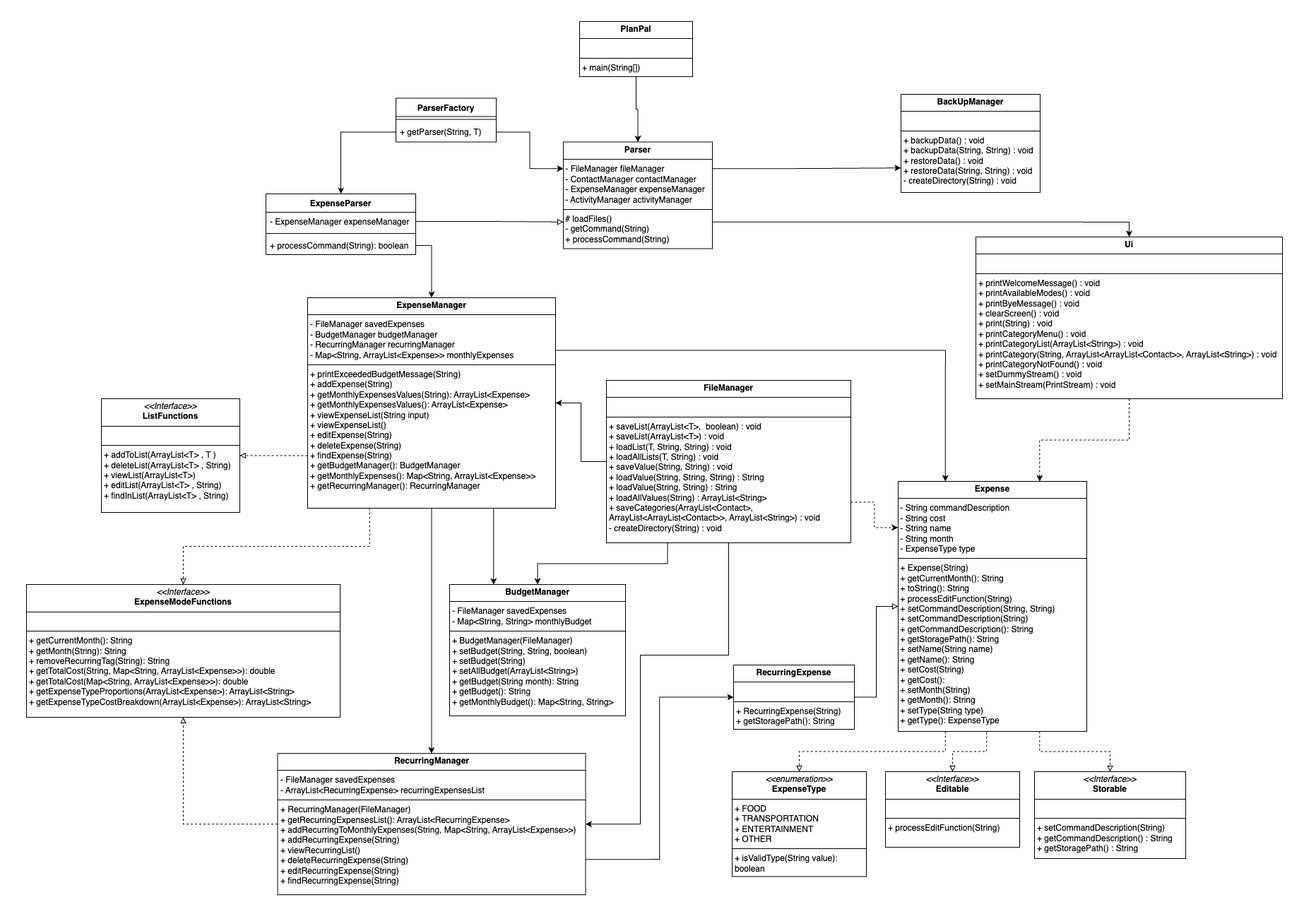
parasytezz/tp keeps this draw.io diagram as docs/Images(DG)/ExpenseClassDiagram.png. Above is the earlier version. Source tidied: cells renumbered, new cells last; positions are measured from the earlier drawing's top-left corner, leaving out a move shared by most shapes.
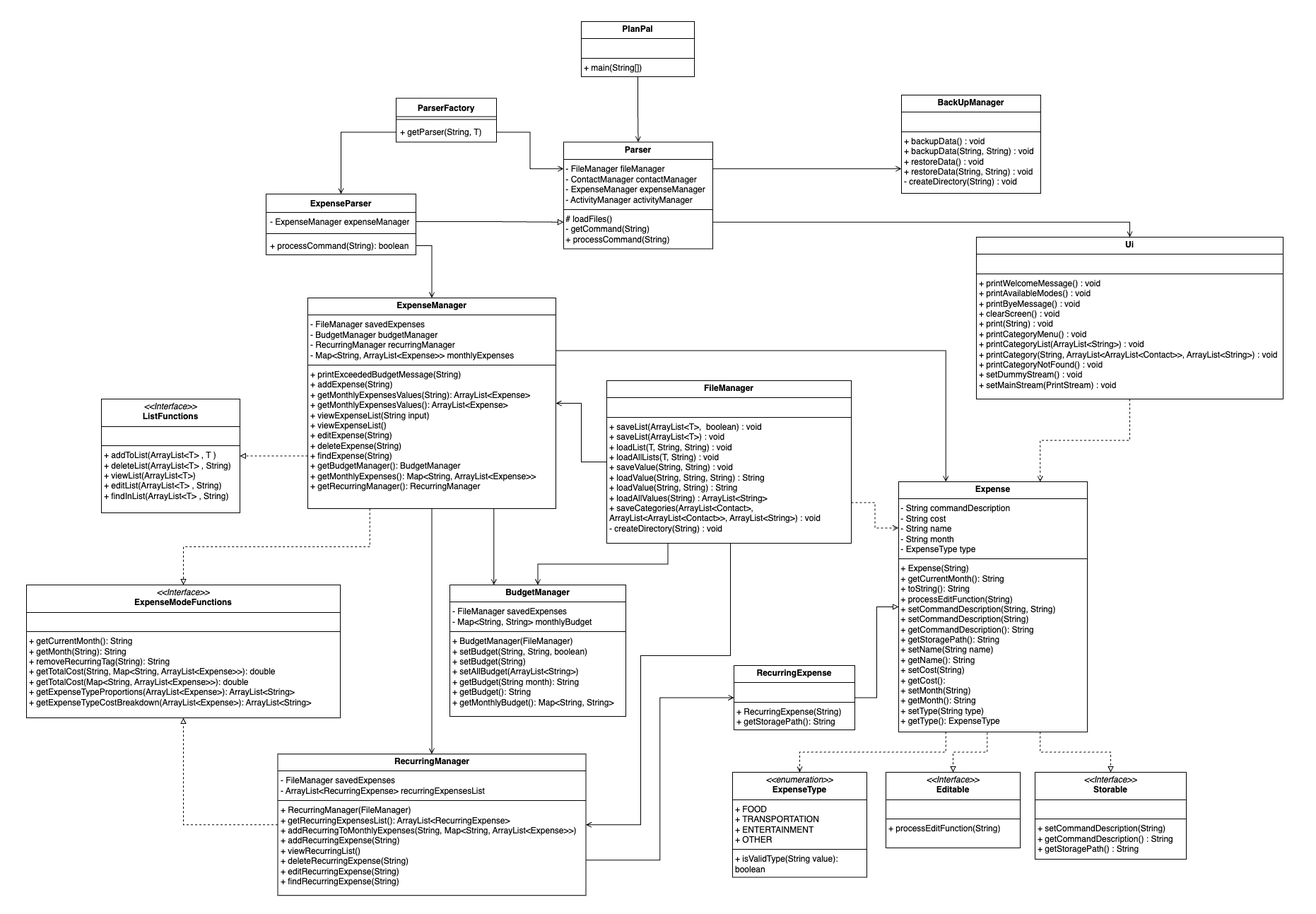
The same file after the commit.

Commit message:
Edit class diagrams

The edit, as a diff of the source:
```diff
@@ -39,21 +39,22 @@
       <mxGeometry x="1381" y="335" width="434" height="229" as="geometry" />
     </mxCell>
     <mxCell id="14" value="&lt;p style=&quot;margin:0px;margin-top:4px;text-align:center;&quot;&gt;&lt;b&gt;BackUpManager&lt;/b&gt;&lt;/p&gt;&lt;hr size=&quot;1&quot; style=&quot;border-style:solid;&quot;&gt;&lt;p style=&quot;margin:0px;margin-left:4px;&quot;&gt;&lt;br&gt;&lt;/p&gt;&lt;hr size=&quot;1&quot; style=&quot;border-style:solid;&quot;&gt;&lt;p style=&quot;margin:0px;margin-left:4px;&quot;&gt;+ backupData() : void&lt;/p&gt;&lt;p style=&quot;margin:0px;margin-left:4px;&quot;&gt;+ backupData(String, String) : void&lt;/p&gt;&lt;p style=&quot;margin:0px;margin-left:4px;&quot;&gt;+ restoreData() : void&lt;/p&gt;&lt;p style=&quot;margin:0px;margin-left:4px;&quot;&gt;+ restoreData(String, String) : void&lt;/p&gt;&lt;p style=&quot;margin:0px;margin-left:4px;&quot;&gt;- createDirectory(String) : void&lt;/p&gt;" style="verticalAlign=top;align=left;overflow=fill;html=1;whiteSpace=wrap;" parent="1" vertex="1">
-      <mxGeometry x="1275" y="133" width="197" height="139" as="geometry" />
+      <mxGeometry x="1275" y="134" width="197" height="139" as="geometry" />
     </mxCell>
-    <mxCell id="15" style="edgeStyle=orthogonalEdgeStyle;rounded=0;jettySize=auto;html=1;exitX=1;exitY=0.75;exitDx=0;exitDy=0;entryX=-0.001;entryY=0.185;entryDx=0;entryDy=0;dashed=1;entryPerimeter=0;" parent="1" edge="1" source="19" target="39">
+    <mxCell id="15" style="edgeStyle=orthogonalEdgeStyle;rounded=0;jettySize=auto;html=1;exitX=1;exitY=0.75;exitDx=0;exitDy=0;entryX=-0.001;entryY=0.185;entryDx=0;entryDy=0;dashed=1;entryPerimeter=0;endArrow=open;endFill=0;" parent="1" edge="1" source="19" target="39">
       <mxGeometry relative="1" as="geometry" />
     </mxCell>
-    <mxCell id="16" style="edgeStyle=orthogonalEdgeStyle;rounded=0;jettySize=auto;html=1;exitX=0;exitY=0.5;exitDx=0;exitDy=0;entryX=1;entryY=0.5;entryDx=0;entryDy=0;" parent="1" edge="1" source="19" target="34">
+    <mxCell id="16" style="edgeStyle=orthogonalEdgeStyle;rounded=0;jettySize=auto;html=1;exitX=0;exitY=0.5;exitDx=0;exitDy=0;entryX=1;entryY=0.5;entryDx=0;entryDy=0;endArrow=open;endFill=0;" parent="1" edge="1" source="19" target="34">
       <mxGeometry relative="1" as="geometry" />
     </mxCell>
-    <mxCell id="17" style="edgeStyle=orthogonalEdgeStyle;rounded=0;jettySize=auto;html=1;exitX=0.25;exitY=1;exitDx=0;exitDy=0;entryX=0.5;entryY=0;entryDx=0;entryDy=0;" parent="1" edge="1" source="19" target="42">
+    <mxCell id="17" style="edgeStyle=orthogonalEdgeStyle;rounded=0;jettySize=auto;html=1;exitX=0.25;exitY=1;exitDx=0;exitDy=0;entryX=0.5;entryY=0;entryDx=0;entryDy=0;endArrow=open;endFill=0;" parent="1" edge="1" source="19" target="42">
       <mxGeometry relative="1" as="geometry" />
     </mxCell>
-    <mxCell id="18" style="edgeStyle=orthogonalEdgeStyle;rounded=0;jettySize=auto;html=1;exitX=0.5;exitY=1;exitDx=0;exitDy=0;entryX=1;entryY=0.5;entryDx=0;entryDy=0;" parent="1" edge="1" source="19" target="41">
+    <mxCell id="18" style="edgeStyle=orthogonalEdgeStyle;rounded=0;jettySize=auto;html=1;exitX=0.5;exitY=1;exitDx=0;exitDy=0;entryX=1;entryY=0.5;entryDx=0;entryDy=0;endArrow=open;endFill=0;" parent="1" edge="1" source="19" target="41">
       <mxGeometry relative="1" as="geometry">
         <Array as="points">
-          <mxPoint x="1031" y="927" />
+          <mxPoint x="1033" y="768" />
+          <mxPoint x="1033" y="927" />
           <mxPoint x="906" y="927" />
           <mxPoint x="906" y="1166" />
         </Array>
@@ -62,28 +63,28 @@
     <mxCell id="19" value="&lt;p style=&quot;margin:0px;margin-top:4px;text-align:center;&quot;&gt;&lt;b&gt;FileManager&lt;/b&gt;&lt;/p&gt;&lt;hr size=&quot;1&quot; style=&quot;border-style:solid;&quot;&gt;&lt;p style=&quot;margin:0px;margin-left:4px;&quot;&gt;&lt;br&gt;&lt;/p&gt;&lt;hr size=&quot;1&quot; style=&quot;border-style:solid;&quot;&gt;&lt;p style=&quot;margin:0px;margin-left:4px;&quot;&gt;+ saveList(ArrayList&amp;lt;T&amp;gt;,&amp;nbsp; boolean) : void&lt;/p&gt;&lt;p style=&quot;margin:0px;margin-left:4px;&quot;&gt;+ saveList(ArrayList&amp;lt;T&amp;gt;) : void&lt;/p&gt;&lt;p style=&quot;margin:0px;margin-left:4px;&quot;&gt;+ loadList(T, String, String) : void&lt;/p&gt;&lt;p style=&quot;margin:0px;margin-left:4px;&quot;&gt;+ loadAllLists(T, String) : void&lt;/p&gt;&lt;p style=&quot;margin:0px;margin-left:4px;&quot;&gt;+ saveValue(String, String) : void&lt;/p&gt;&lt;p style=&quot;margin:0px;margin-left:4px;&quot;&gt;+ loadValue(String, String, String) : String&lt;/p&gt;&lt;p style=&quot;margin:0px;margin-left:4px;&quot;&gt;+ loadValue(String, String) : String&lt;/p&gt;&lt;p style=&quot;margin:0px;margin-left:4px;&quot;&gt;+ loadAllValues(String) : ArrayList&amp;lt;String&amp;gt;&lt;/p&gt;&lt;p style=&quot;margin:0px;margin-left:4px;&quot;&gt;+ saveCategories(ArrayList&amp;lt;Contact&amp;gt;, ArrayList&amp;lt;ArrayList&amp;lt;Contact&amp;gt;&amp;gt;, ArrayList&amp;lt;String&amp;gt;) : void&lt;/p&gt;&lt;p style=&quot;margin:0px;margin-left:4px;&quot;&gt;- createDirectory(String) : void&lt;/p&gt;" style="verticalAlign=top;align=left;overflow=fill;html=1;whiteSpace=wrap;" parent="1" vertex="1">
       <mxGeometry x="858" y="538" width="346" height="230" as="geometry" />
     </mxCell>
-    <mxCell id="20" style="edgeStyle=orthogonalEdgeStyle;rounded=0;jettySize=auto;html=1;exitX=0.5;exitY=1;exitDx=0;exitDy=0;entryX=0.5;entryY=0;entryDx=0;entryDy=0;" parent="1" edge="1" source="21" target="28">
+    <mxCell id="20" style="edgeStyle=orthogonalEdgeStyle;rounded=0;jettySize=auto;html=1;exitX=0.5;exitY=1;exitDx=0;exitDy=0;entryX=0.5;entryY=0;entryDx=0;entryDy=0;endArrow=open;endFill=0;" parent="1" edge="1" source="21" target="28">
       <mxGeometry relative="1" as="geometry" />
     </mxCell>
     <mxCell id="21" value="&lt;p style=&quot;margin:0px;margin-top:4px;text-align:center;&quot;&gt;&lt;b&gt;PlanPal&lt;/b&gt;&lt;/p&gt;&lt;hr size=&quot;1&quot; style=&quot;border-style:solid;&quot;&gt;&lt;p style=&quot;margin:0px;margin-left:4px;&quot;&gt;&lt;br&gt;&lt;/p&gt;&lt;hr size=&quot;1&quot; style=&quot;border-style:solid;&quot;&gt;&lt;p style=&quot;margin:0px;margin-left:4px;&quot;&gt;+ main(String[])&lt;/p&gt;" style="verticalAlign=top;align=left;overflow=fill;html=1;whiteSpace=wrap;" parent="1" vertex="1">
-      <mxGeometry x="820" y="30" width="160" height="78" as="geometry" />
+      <mxGeometry x="822" y="30" width="160" height="78" as="geometry" />
     </mxCell>
-    <mxCell id="22" style="edgeStyle=orthogonalEdgeStyle;rounded=0;jettySize=auto;html=1;exitX=1;exitY=0.25;exitDx=0;exitDy=0;entryX=0;entryY=0.75;entryDx=0;entryDy=0;" parent="1" edge="1" source="28" target="14">
+    <mxCell id="22" style="edgeStyle=orthogonalEdgeStyle;rounded=0;jettySize=auto;html=1;exitX=1;exitY=0.25;exitDx=0;exitDy=0;entryX=0;entryY=0.75;entryDx=0;entryDy=0;endArrow=open;endFill=0;" parent="1" edge="1" source="28" target="14">
       <mxGeometry relative="1" as="geometry" />
     </mxCell>
-    <mxCell id="23" style="edgeStyle=orthogonalEdgeStyle;rounded=0;jettySize=auto;html=1;exitX=1;exitY=0.5;exitDx=0;exitDy=0;entryX=0;entryY=0.25;entryDx=0;entryDy=0;" parent="1" edge="1" source="9" target="28">
+    <mxCell id="23" style="edgeStyle=orthogonalEdgeStyle;rounded=0;jettySize=auto;html=1;exitX=1;exitY=0.5;exitDx=0;exitDy=0;entryX=0;entryY=0.25;entryDx=0;entryDy=0;endArrow=open;endFill=0;" parent="1" edge="1" source="9" target="28">
       <mxGeometry relative="1" as="geometry" />
     </mxCell>
-    <mxCell id="24" style="edgeStyle=orthogonalEdgeStyle;rounded=0;jettySize=auto;html=1;exitX=0;exitY=0.5;exitDx=0;exitDy=0;" parent="1" edge="1" source="9" target="3">
+    <mxCell id="24" style="edgeStyle=orthogonalEdgeStyle;rounded=0;jettySize=auto;html=1;exitX=0;exitY=0.5;exitDx=0;exitDy=0;endArrow=open;endFill=0;" parent="1" edge="1" source="9" target="3">
       <mxGeometry relative="1" as="geometry" />
     </mxCell>
     <mxCell id="25" style="edgeStyle=orthogonalEdgeStyle;rounded=0;jettySize=auto;html=1;exitX=1;exitY=0.5;exitDx=0;exitDy=0;entryX=0;entryY=0.75;entryDx=0;entryDy=0;endArrow=block;endFill=0;" parent="1" edge="1" source="4" target="28">
       <mxGeometry relative="1" as="geometry" />
     </mxCell>
-    <mxCell id="26" style="edgeStyle=orthogonalEdgeStyle;rounded=0;jettySize=auto;html=1;exitX=1;exitY=0.5;exitDx=0;exitDy=0;entryX=0.5;entryY=0;entryDx=0;entryDy=0;" parent="1" edge="1" source="6" target="34">
+    <mxCell id="26" style="edgeStyle=orthogonalEdgeStyle;rounded=0;jettySize=auto;html=1;exitX=1;exitY=0.5;exitDx=0;exitDy=0;entryX=0.5;entryY=0;entryDx=0;entryDy=0;endArrow=open;endFill=0;" parent="1" edge="1" source="6" target="34">
       <mxGeometry relative="1" as="geometry" />
     </mxCell>
-    <mxCell id="27" style="edgeStyle=orthogonalEdgeStyle;rounded=0;jettySize=auto;html=1;exitX=1;exitY=0.75;exitDx=0;exitDy=0;entryX=0.5;entryY=0;entryDx=0;entryDy=0;" parent="1" edge="1" source="28" target="13">
+    <mxCell id="27" style="edgeStyle=orthogonalEdgeStyle;rounded=0;jettySize=auto;html=1;exitX=1;exitY=0.75;exitDx=0;exitDy=0;entryX=0.5;entryY=0;entryDx=0;entryDy=0;endArrow=open;endFill=0;" parent="1" edge="1" source="28" target="13">
       <mxGeometry relative="1" as="geometry" />
     </mxCell>
     <mxCell id="28" value="&lt;p style=&quot;margin:0px;margin-top:4px;text-align:center;&quot;&gt;&lt;b&gt;Parser&lt;/b&gt;&lt;/p&gt;&lt;hr size=&quot;1&quot; style=&quot;border-style:solid;&quot;&gt;&lt;div&gt;&amp;nbsp;- FileManager fileManager&lt;/div&gt;&lt;div&gt;&amp;nbsp;- ContactManager contactManager&lt;/div&gt;&lt;div&gt;&amp;nbsp;- ExpenseManager expenseManager&lt;/div&gt;&lt;div&gt;&amp;nbsp;- ActivityManager activityManager&lt;/div&gt;&lt;hr size=&quot;1&quot; style=&quot;border-style:solid;&quot;&gt;&lt;div&gt;&amp;nbsp;# loadFiles()&lt;/div&gt;&lt;div&gt;&lt;span style=&quot;background-color: initial;&quot;&gt;&amp;nbsp;- getCommand(String)&lt;/span&gt;&lt;/div&gt;&lt;div&gt;&lt;span style=&quot;background-color: initial;&quot;&gt;&amp;nbsp;+ processCommand(String)&lt;/span&gt;&lt;/div&gt;" style="verticalAlign=top;align=left;overflow=fill;html=1;whiteSpace=wrap;" parent="1" vertex="1">
@@ -92,13 +93,13 @@
     <mxCell id="29" style="edgeStyle=orthogonalEdgeStyle;rounded=0;jettySize=auto;html=1;exitX=0;exitY=0.75;exitDx=0;exitDy=0;dashed=1;endArrow=block;endFill=0;" parent="1" edge="1" source="34" target="10">
       <mxGeometry relative="1" as="geometry" />
     </mxCell>
-    <mxCell id="30" style="edgeStyle=orthogonalEdgeStyle;rounded=0;jettySize=auto;html=1;exitX=1;exitY=0.25;exitDx=0;exitDy=0;entryX=0.25;entryY=0;entryDx=0;entryDy=0;" parent="1" edge="1" source="34" target="39">
+    <mxCell id="30" style="edgeStyle=orthogonalEdgeStyle;rounded=0;jettySize=auto;html=1;exitX=1;exitY=0.25;exitDx=0;exitDy=0;entryX=0.25;entryY=0;entryDx=0;entryDy=0;endArrow=open;endFill=0;" parent="1" edge="1" source="34" target="39">
       <mxGeometry relative="1" as="geometry" />
     </mxCell>
-    <mxCell id="31" style="edgeStyle=orthogonalEdgeStyle;rounded=0;jettySize=auto;html=1;exitX=0.5;exitY=1;exitDx=0;exitDy=0;" parent="1" edge="1" source="34" target="41">
+    <mxCell id="31" style="edgeStyle=orthogonalEdgeStyle;rounded=0;jettySize=auto;html=1;exitX=0.5;exitY=1;exitDx=0;exitDy=0;endArrow=open;endFill=0;" parent="1" edge="1" source="34" target="41">
       <mxGeometry relative="1" as="geometry" />
     </mxCell>
-    <mxCell id="32" style="edgeStyle=orthogonalEdgeStyle;rounded=0;jettySize=auto;html=1;exitX=0.75;exitY=1;exitDx=0;exitDy=0;entryX=0.25;entryY=0;entryDx=0;entryDy=0;" parent="1" edge="1" source="34" target="42">
+    <mxCell id="32" style="edgeStyle=orthogonalEdgeStyle;rounded=0;jettySize=auto;html=1;exitX=0.75;exitY=1;exitDx=0;exitDy=0;entryX=0.25;entryY=0;entryDx=0;entryDy=0;endArrow=open;endFill=0;" parent="1" edge="1" source="34" target="42">
       <mxGeometry relative="1" as="geometry" />
     </mxCell>
     <mxCell id="33" style="edgeStyle=orthogonalEdgeStyle;rounded=0;jettySize=auto;html=1;exitX=0.25;exitY=1;exitDx=0;exitDy=0;dashed=1;endArrow=block;endFill=0;" parent="1" edge="1" source="34" target="46">
@@ -113,10 +114,10 @@
     <mxCell id="36" style="edgeStyle=orthogonalEdgeStyle;rounded=0;jettySize=auto;html=1;exitX=0.75;exitY=1;exitDx=0;exitDy=0;entryX=0.5;entryY=0;entryDx=0;entryDy=0;endArrow=block;endFill=0;dashed=1;" parent="1" edge="1" source="39" target="11">
       <mxGeometry relative="1" as="geometry" />
     </mxCell>
-    <mxCell id="37" style="edgeStyle=orthogonalEdgeStyle;rounded=0;jettySize=auto;html=1;exitX=0.5;exitY=1;exitDx=0;exitDy=0;entryX=0.75;entryY=0;entryDx=0;entryDy=0;dashed=1;" parent="1" edge="1" source="13" target="39">
+    <mxCell id="37" style="edgeStyle=orthogonalEdgeStyle;rounded=0;jettySize=auto;html=1;exitX=0.5;exitY=1;exitDx=0;exitDy=0;entryX=0.75;entryY=0;entryDx=0;entryDy=0;dashed=1;endArrow=open;endFill=0;" parent="1" edge="1" source="13" target="39">
       <mxGeometry relative="1" as="geometry" />
     </mxCell>
-    <mxCell id="38" style="edgeStyle=orthogonalEdgeStyle;rounded=0;jettySize=auto;html=1;exitX=0.25;exitY=1;exitDx=0;exitDy=0;dashed=1;endArrow=block;endFill=0;" parent="1" edge="1" source="39" target="45">
+    <mxCell id="38" style="edgeStyle=orthogonalEdgeStyle;rounded=0;jettySize=auto;html=1;exitX=0.25;exitY=1;exitDx=0;exitDy=0;dashed=1;endArrow=open;endFill=0;" parent="1" edge="1" source="39" target="45">
       <mxGeometry relative="1" as="geometry" />
     </mxCell>
     <mxCell id="39" value="&lt;p style=&quot;margin:0px;margin-top:4px;text-align:center;&quot;&gt;&lt;b&gt;Expense&lt;/b&gt;&lt;/p&gt;&lt;hr size=&quot;1&quot; style=&quot;border-style:solid;&quot;&gt;&lt;div&gt;&amp;nbsp;&lt;span style=&quot;background-color: initial;&quot;&gt;- String commandDescription&lt;/span&gt;&lt;/div&gt;&lt;div&gt;&amp;nbsp;- String cost&lt;/div&gt;&lt;div&gt;&amp;nbsp;- String name&lt;/div&gt;&lt;div&gt;&amp;nbsp;- String month&lt;/div&gt;&lt;div&gt;&amp;nbsp;- ExpenseType type&lt;/div&gt;&lt;hr size=&quot;1&quot; style=&quot;border-style:solid;&quot;&gt;&lt;div&gt;&amp;nbsp;&lt;span style=&quot;background-color: initial;&quot;&gt;+ Expense(String)&lt;/span&gt;&lt;/div&gt;&lt;div&gt;&amp;nbsp;+ getCurrentMonth(): String&lt;/div&gt;&lt;div&gt;&amp;nbsp;+ toString(): String&lt;/div&gt;&lt;div&gt;&amp;nbsp;+ processEditFunction(String)&lt;/div&gt;&lt;div&gt;&amp;nbsp;+ setCommandDescription(String, String)&lt;/div&gt;&lt;div&gt;&amp;nbsp;+ setCommandDescription(String)&lt;/div&gt;&lt;div&gt;&amp;nbsp;+ getCommandDescription(): String&lt;/div&gt;&lt;div&gt;&amp;nbsp;+ getStoragePath(): String&lt;/div&gt;&lt;div&gt;&amp;nbsp;+ setName(String name)&lt;/div&gt;&lt;div&gt;&amp;nbsp;+ getName(): String&lt;/div&gt;&lt;div&gt;&amp;nbsp;+ setCost(String)&lt;/div&gt;&lt;div&gt;&amp;nbsp;+ getCost():&lt;/div&gt;&lt;div&gt;&amp;nbsp;+ setMonth(String)&lt;/div&gt;&lt;div&gt;&amp;nbsp;+ getMonth(): String&lt;/div&gt;&lt;div&gt;&amp;nbsp;+ setType(String type)&lt;/div&gt;&lt;div&gt;&amp;nbsp;+ getType(): ExpenseType&lt;/div&gt;" style="verticalAlign=top;align=left;overflow=fill;html=1;whiteSpace=wrap;" parent="1" vertex="1">
@@ -143,7 +144,7 @@
     <mxCell id="46" value="&lt;p style=&quot;margin:0px;margin-top:4px;text-align:center;&quot;&gt;&lt;i&gt;&amp;lt;&amp;lt;Interface&amp;gt;&amp;gt;&lt;/i&gt;&lt;br&gt;&lt;b&gt;ExpenseModeFunctions&lt;/b&gt;&lt;/p&gt;&lt;hr size=&quot;1&quot; style=&quot;border-style:solid;&quot;&gt;&lt;p style=&quot;margin:0px;margin-left:4px;&quot;&gt;&lt;br&gt;&lt;/p&gt;&lt;hr size=&quot;1&quot; style=&quot;border-style:solid;&quot;&gt;&lt;p style=&quot;margin:0px;margin-left:4px;&quot;&gt;+ getCurrentMonth(): String&lt;/p&gt;&lt;p style=&quot;margin:0px;margin-left:4px;&quot;&gt;+ getMonth(String): String&lt;/p&gt;&lt;p style=&quot;margin:0px;margin-left:4px;&quot;&gt;+ removeRecurringTag(String): String&lt;/p&gt;&lt;p style=&quot;margin:0px;margin-left:4px;&quot;&gt;+ getTotalCost(String, Map&amp;lt;String, ArrayList&amp;lt;Expense&amp;gt;&amp;gt;): double&lt;/p&gt;&lt;p style=&quot;margin:0px;margin-left:4px;&quot;&gt;+ getTotalCost(Map&amp;lt;String, ArrayList&amp;lt;Expense&amp;gt;&amp;gt;): double&lt;/p&gt;&lt;p style=&quot;margin:0px;margin-left:4px;&quot;&gt;+ getExpenseTypeProportions(ArrayList&amp;lt;Expense&amp;gt;): ArrayList&amp;lt;String&amp;gt;&lt;/p&gt;&lt;p style=&quot;margin:0px;margin-left:4px;&quot;&gt;+ getExpenseTypeCostBreakdown(ArrayList&amp;lt;Expense&amp;gt;): ArrayList&amp;lt;String&amp;gt;&lt;/p&gt;" style="verticalAlign=top;align=left;overflow=fill;html=1;whiteSpace=wrap;" parent="1" vertex="1">
       <mxGeometry x="37" y="827" width="444" height="188" as="geometry" />
     </mxCell>
-    <mxCell id="47" style="edgeStyle=orthogonalEdgeStyle;rounded=0;jettySize=auto;html=1;exitX=1;exitY=0.75;exitDx=0;exitDy=0;entryX=0;entryY=0.5;entryDx=0;entryDy=0;" parent="1" edge="1" source="41" target="44">
+    <mxCell id="47" style="edgeStyle=orthogonalEdgeStyle;rounded=0;jettySize=auto;html=1;exitX=1;exitY=0.75;exitDx=0;exitDy=0;entryX=0;entryY=0.5;entryDx=0;entryDy=0;endArrow=open;endFill=0;" parent="1" edge="1" source="41" target="44">
       <mxGeometry relative="1" as="geometry" />
     </mxCell>
   </root>
```
